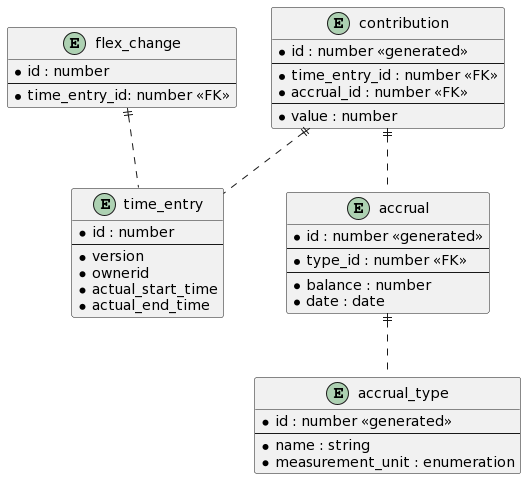
The PlantUML diagram docs/images/storage-model.png in UKHomeOffice/callisto-accruals-restapi, before a commit.
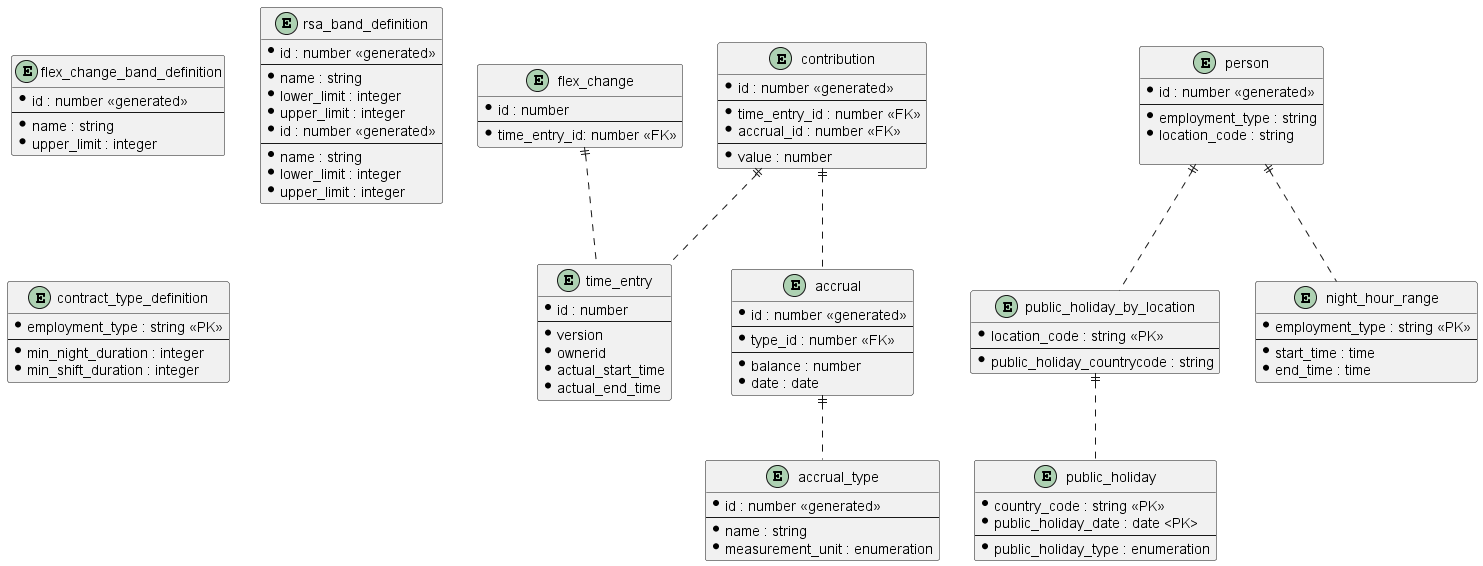
Above is the later version.

Commit message:
added ref data

Diff of the diagram source:
```diff
@@ -1,4 +1,5 @@
 @startuml
+
 entity time_entry {
   * id : number
   --
@@ -38,8 +39,74 @@
   * name : string
   * measurement_unit : enumeration
 }
+
 accrual ||.. accrual_type
 contribution ||.. accrual
 contribution ||.. time_entry
 flex_change ||.. time_entry
+
+entity person {
+  * id : number <<generated>>
+  --
+  * employment_type : string
+  * location_code : string
+
+}
+
+entity public_holiday_by_location {
+  * location_code : string <<PK>>
+  --
+  * public_holiday_countrycode : string
+}
+
+entity public_holiday {
+  * country_code : string <<PK>>
+  * public_holiday_date : date <PK>
+  --
+  * public_holiday_type : enumeration
+}
+
+person ||.. public_holiday_by_location
+public_holiday_by_location ||.. public_holiday
+
+entity flex_change_band_definition {
+  * id : number <<generated>>
+  --
+  * name : string
+  * upper_limit : integer
+}
+
+entity rsa_band_definition {
+  * id : number <<generated>>
+  --
+  * name : string
+  * lower_limit : integer
+  * upper_limit : integer
+}
+
+entity rsa_band_definition {
+  * id : number <<generated>>
+  --
+  * name : string
+  * lower_limit : integer
+  * upper_limit : integer
+}
+
+entity night_hour_range {
+  * employment_type : string <<PK>>
+  --
+  * start_time : time
+  * end_time : time
+}
+
+person ||.. night_hour_range
+
+entity contract_type_definition {
+  * employment_type : string <<PK>>
+  --
+  * min_night_duration : integer
+  * min_shift_duration : integer
+}
+
+
 @enduml
```
